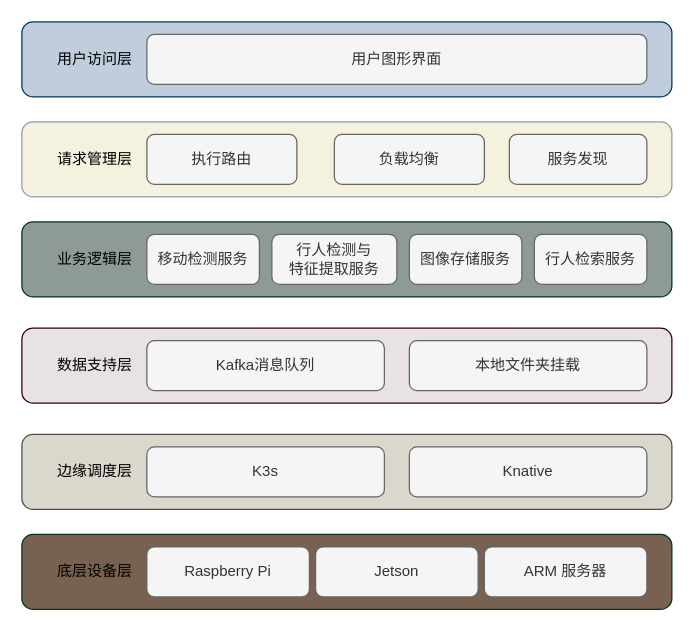
Before: page "系统总体框架" (4 of 6) of directory/边缘架构.drawio in lllwwwooo/draw.io, a draw.io diagram. Source tidied: cells renumbered, new cells numbered last; positions are measured from the earlier drawing's top-left corner, leaving out a move shared by most shapes. Both pictures are drawn from the tidied source at 125%, with x=0, y=0 at pixel (21, 21).
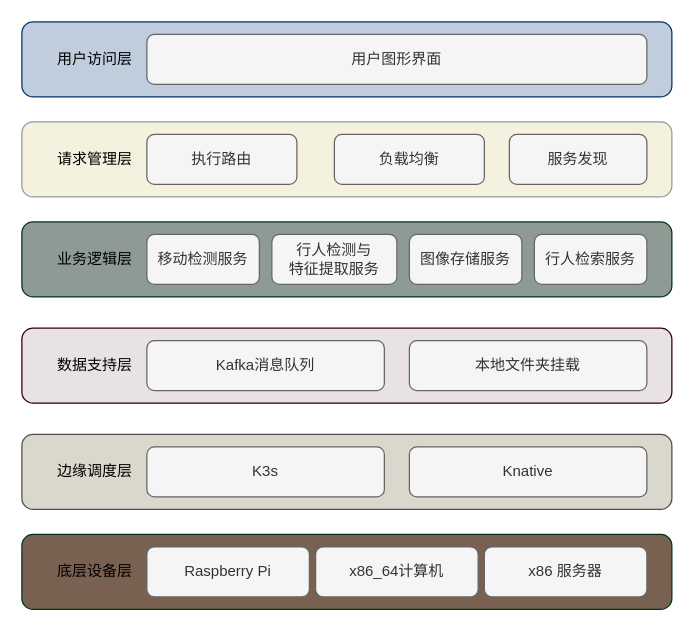
Above is the later version.

The edit, as a diff of the source:
```diff
@@
-    <mxCell id="21" value="Jetson" style="rounded=1;whiteSpace=wrap;html=1;fillColor=#f5f5f5;strokeColor=#666666;fontColor=#333333;" parent="1" vertex="1">
-      <mxGeometry x="235" y="420" width="130" height="40" as="geometry" />
-    </mxCell>
-    <mxCell id="22" value="ARM 服务器" style="rounded=1;whiteSpace=wrap;html=1;fillColor=#f5f5f5;strokeColor=#666666;fontColor=#333333;" parent="1" vertex="1">
-      <mxGeometry x="370" y="420" width="130" height="40" as="geometry" />
-    </mxCell>
+    <mxCell id="23" value="x86_64计算机" style="rounded=1;whiteSpace=wrap;html=1;fillColor=#f5f5f5;strokeColor=#666666;fontColor=#333333;" parent="1" vertex="1">
+      <mxGeometry x="235" y="420" width="130" height="40" as="geometry" />
+    </mxCell>
+    <mxCell id="24" value="x86&lt;span style=&quot;background-color: transparent; color: light-dark(rgb(51, 51, 51), rgb(193, 193, 193));&quot;&gt;&amp;nbsp;服务器&lt;/span&gt;" style="rounded=1;whiteSpace=wrap;html=1;fillColor=#f5f5f5;strokeColor=#666666;fontColor=#333333;" parent="1" vertex="1">
+      <mxGeometry x="370" y="420" width="130" height="40" as="geometry" />
+    </mxCell>
```
